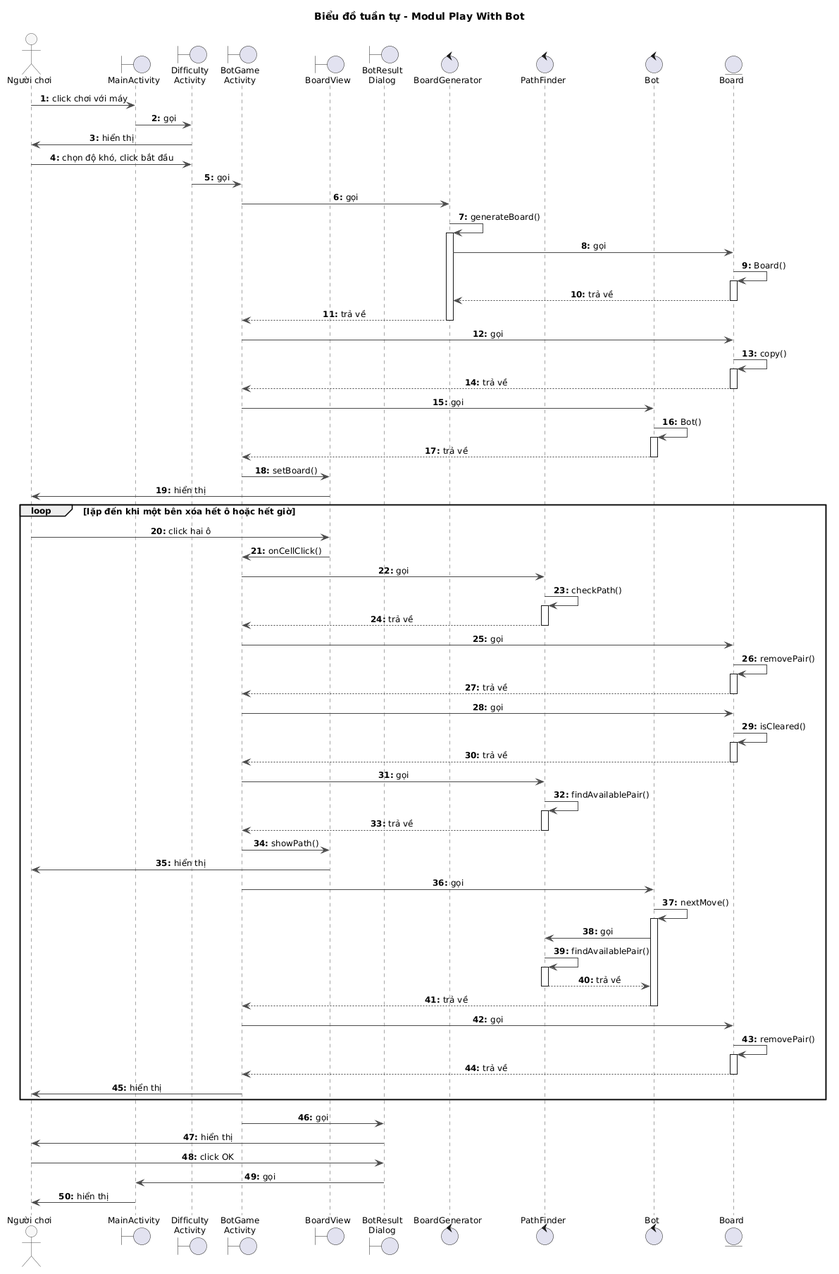
The PlantUML diagram docs/uml/pha3/seq-m2.png in VattenL/mobile-pikachu, before a commit.
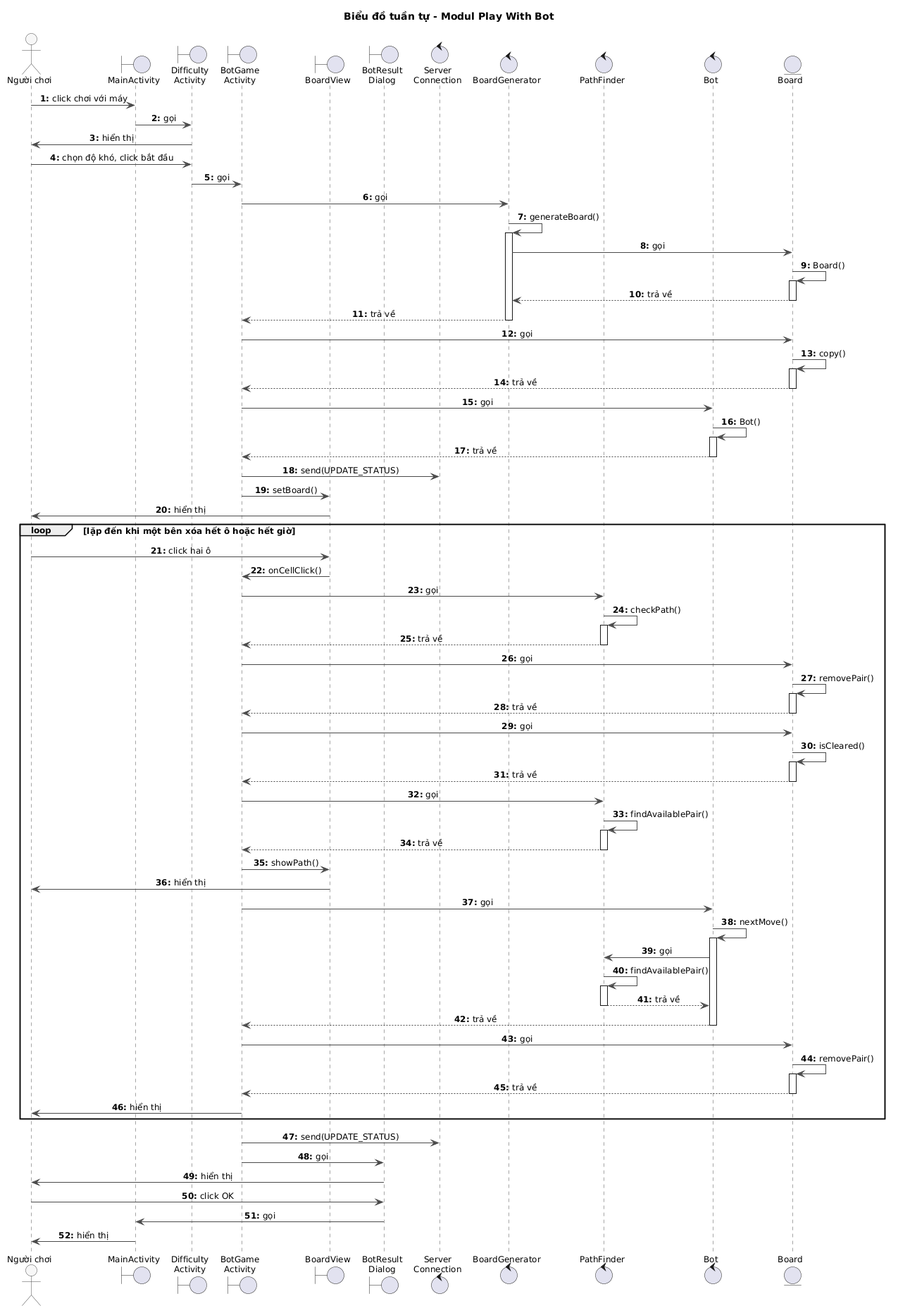
The same diagram one commit later.

The edit, as a diff of the source:
```diff
@@ -21,6 +21,7 @@
 boundary "BotGame\nActivity" as BotGameActivity
 boundary BoardView
 boundary "BotResult\nDialog" as BotResultDialog
+control "Server\nConnection" as ServerConnection
 control BoardGenerator
 control PathFinder
 control Bot
@@ -51,6 +52,7 @@
 activate Bot
 Bot --> BotGameActivity : trả về
 deactivate Bot
+BotGameActivity -> ServerConnection : send(UPDATE_STATUS)
 BotGameActivity -> BoardView : setBoard()
 BoardView -> Player : hiển thị
 loop lặp đến khi một bên xóa hết ô hoặc hết giờ
@@ -95,6 +97,7 @@
 deactivate Board
 BotGameActivity -> Player : hiển thị
 end
+BotGameActivity -> ServerConnection : send(UPDATE_STATUS)
 BotGameActivity -> BotResultDialog : gọi
 BotResultDialog -> Player : hiển thị
 Player -> BotResultDialog : click OK
```
